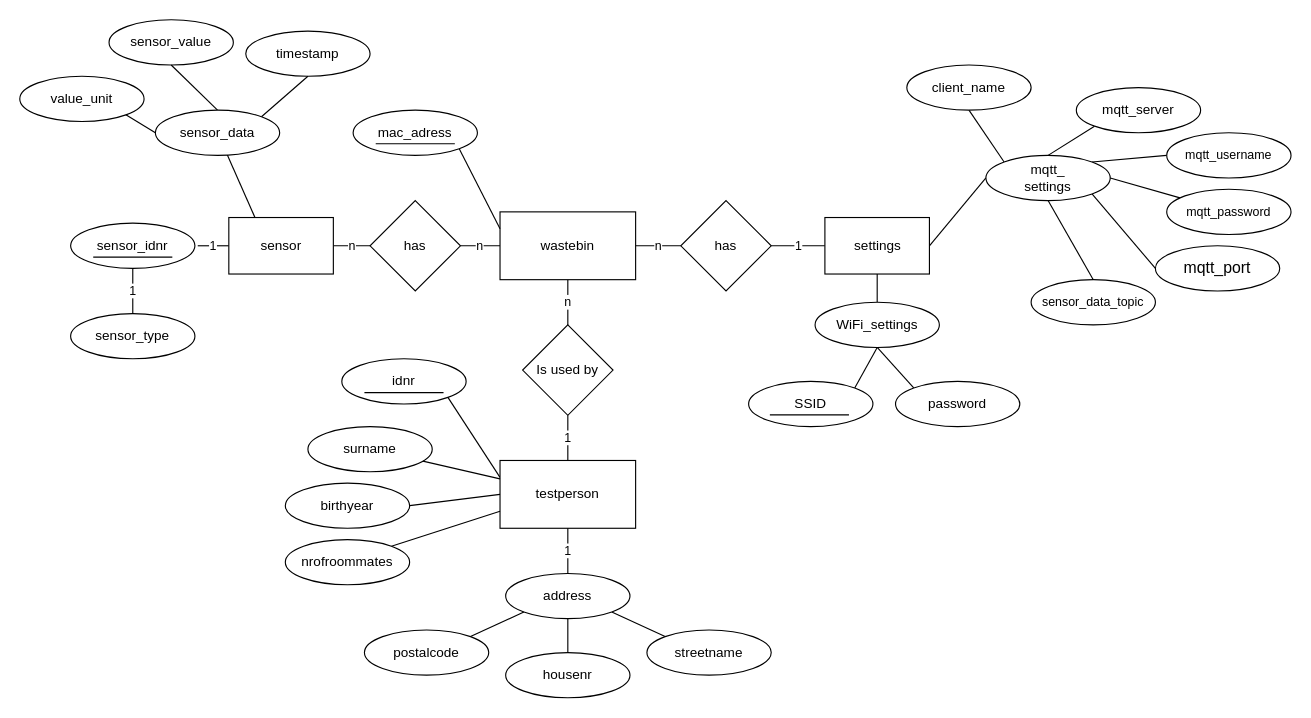
Earlier version of the draw.io diagram Diagrammen/WasteBinDBER.drawio (Casperdroid5/IoT-WasteBin-prototype). Source tidied: cells renumbered, new cells numbered last; positions are measured from the earlier drawing's top-left corner, leaving out a move shared by most shapes. Both pictures are drawn from the tidied source at 113%, with x=0, y=0 at pixel (19, 19).
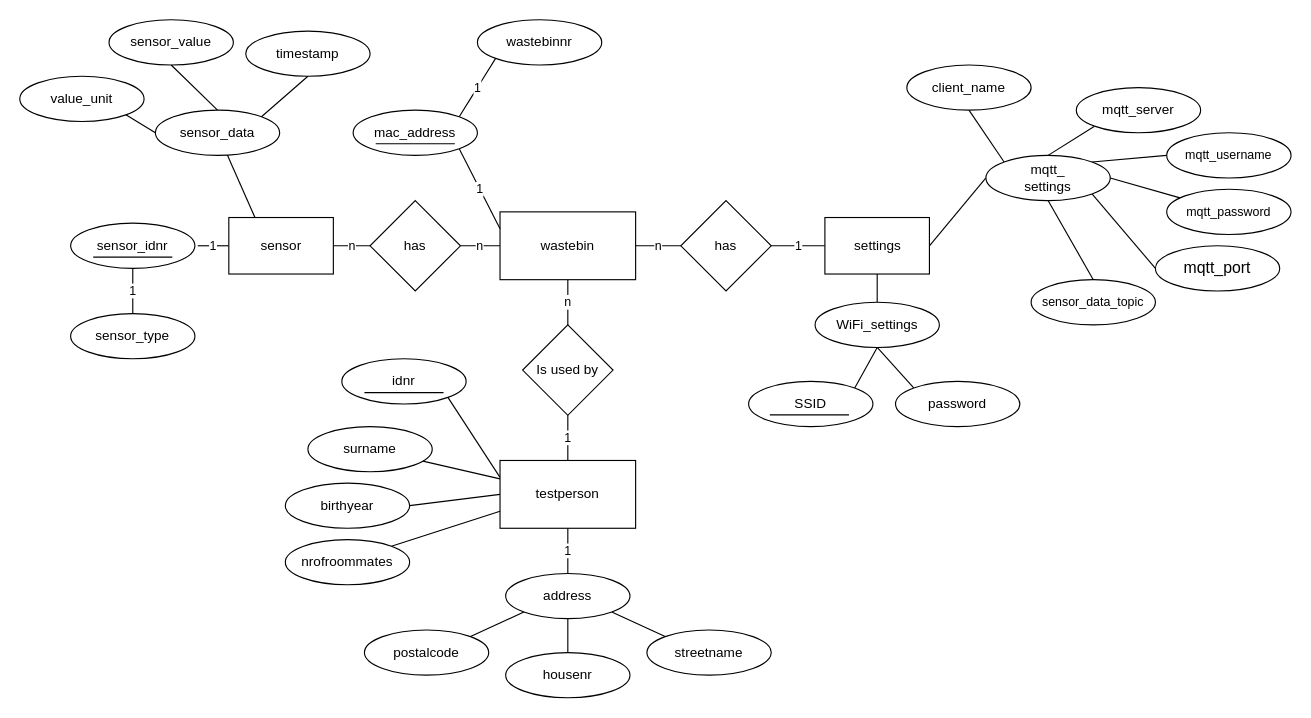
The same diagram, later.

The change refers to these unchanged cells:
```xml
<mxCell id="4" value="wastebin" style="rounded=0;whiteSpace=wrap;html=1;" parent="1" vertex="1">
  <mxGeometry x="425" y="170" width="120" height="60" as="geometry" />
</mxCell>
```

Change to the diagram source:
```diff
@@
-    <mxCell id="5" style="edgeStyle=none;html=1;exitX=1;exitY=1;exitDx=0;exitDy=0;entryX=0;entryY=0.25;entryDx=0;entryDy=0;endArrow=none;endFill=0;" parent="1" edge="1" source="6" target="4">
+    <mxCell id="5" value="1" style="edgeStyle=none;html=1;exitX=1;exitY=1;exitDx=0;exitDy=0;entryX=0;entryY=0.25;entryDx=0;entryDy=0;endArrow=none;endFill=0;" parent="1" edge="1" source="6" target="4">
       <mxGeometry relative="1" as="geometry" />
     </mxCell>
+    <mxCell id="69" value="1" style="edgeStyle=none;html=1;exitX=1;exitY=0;exitDx=0;exitDy=0;entryX=0;entryY=1;entryDx=0;entryDy=0;endArrow=none;endFill=0;" parent="1" edge="1" source="6" target="70">
+      <mxGeometry relative="1" as="geometry">
+        <Array as="points">
+          <mxPoint x="405" y="60" />
+        </Array>
+      </mxGeometry>
+    </mxCell>
-    <mxCell id="6" value="mac_adress" style="ellipse;whiteSpace=wrap;html=1;" parent="1" vertex="1">
+    <mxCell id="6" value="mac_address" style="ellipse;whiteSpace=wrap;html=1;" parent="1" vertex="1">
       <mxGeometry x="295" y="80" width="110" height="40" as="geometry" />
     </mxCell>
@@
+    <mxCell id="70" value="wastebinnr" style="ellipse;whiteSpace=wrap;html=1;" parent="1" vertex="1">
+      <mxGeometry x="405" width="110" height="40" as="geometry" />
+    </mxCell>
```
